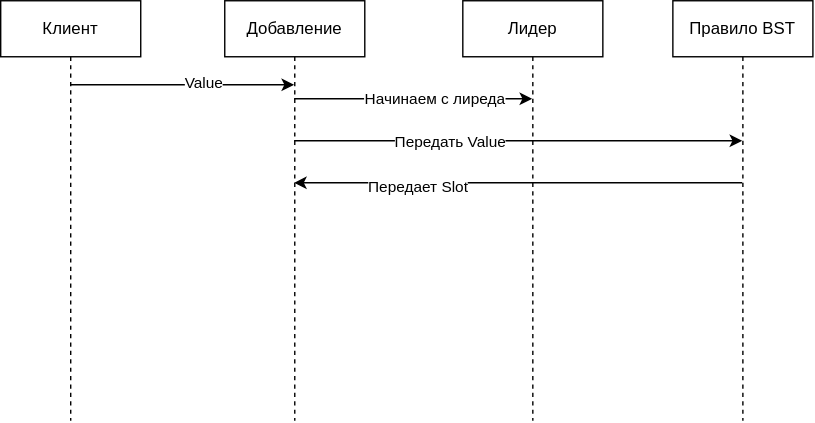
Before: База/Структуры данных/2. Быстро находить данные и проверять условия/2.3. Проверять принадлежность и уникальность/Множество (Set)/TreeSetAvl.sequence.drawio.svg, a diagram exported from draw.io (kosukhin/catalog). Source tidied: cells renumbered, new cells last; positions are measured from the earlier drawing's top-left corner, leaving out a move shared by most shapes.
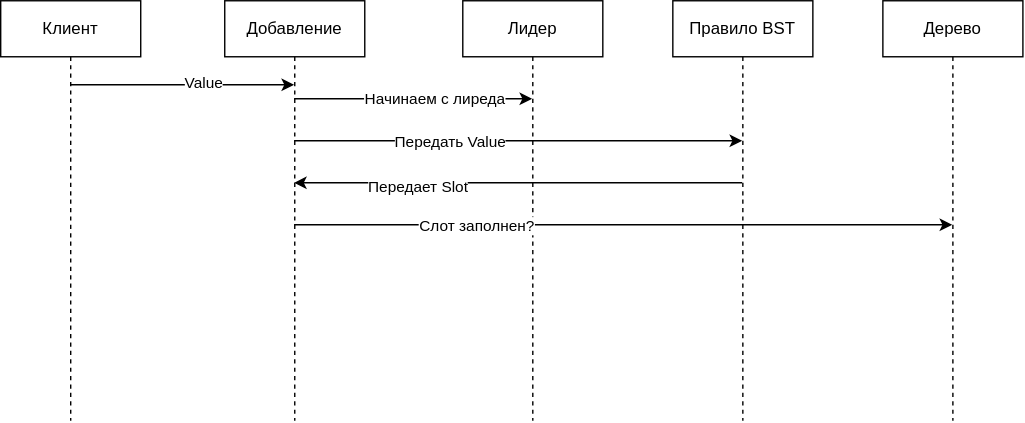
Later version of the same file.

What changed in the source:
```diff
@@ -56,5 +56,18 @@
     <mxCell id="13" value="Передает Slot" style="edgeLabel;html=1;align=center;verticalAlign=middle;" parent="12" vertex="1">
       <mxGeometry x="0.45" y="2" relative="1" as="geometry" />
     </mxCell>
+    <mxCell id="14" value="Дерево" style="shape=umlLifeline;perimeter=lifelinePerimeter;whiteSpace=wrap;html=1;outlineConnect=0;portConstraint=eastwest;newEdgeStyle={&quot;edgeStyle&quot;:&quot;sequenceEdgeStyle&quot;,&quot;libavoidRouting&quot;:0,&quot;curved&quot;:0,&quot;rounded&quot;:0};" parent="1" vertex="1">
+      <mxGeometry x="630" width="100" height="300" as="geometry" />
+    </mxCell>
+    <mxCell id="15" style="edgeStyle=sequenceEdgeStyle;html=1;libavoidRouting=0;curved=0;rounded=0;" parent="1" edge="1" source="3" target="14">
+      <mxGeometry relative="1" as="geometry">
+        <Array as="points">
+          <mxPoint x="670" y="160" />
+        </Array>
+      </mxGeometry>
+    </mxCell>
+    <mxCell id="16" value="Слот заполнен?" style="edgeLabel;html=1;align=center;verticalAlign=middle;" parent="15" vertex="1">
+      <mxGeometry x="-0.45" relative="1" as="geometry" />
+    </mxCell>
   </root>
 </mxGraphModel>
```
